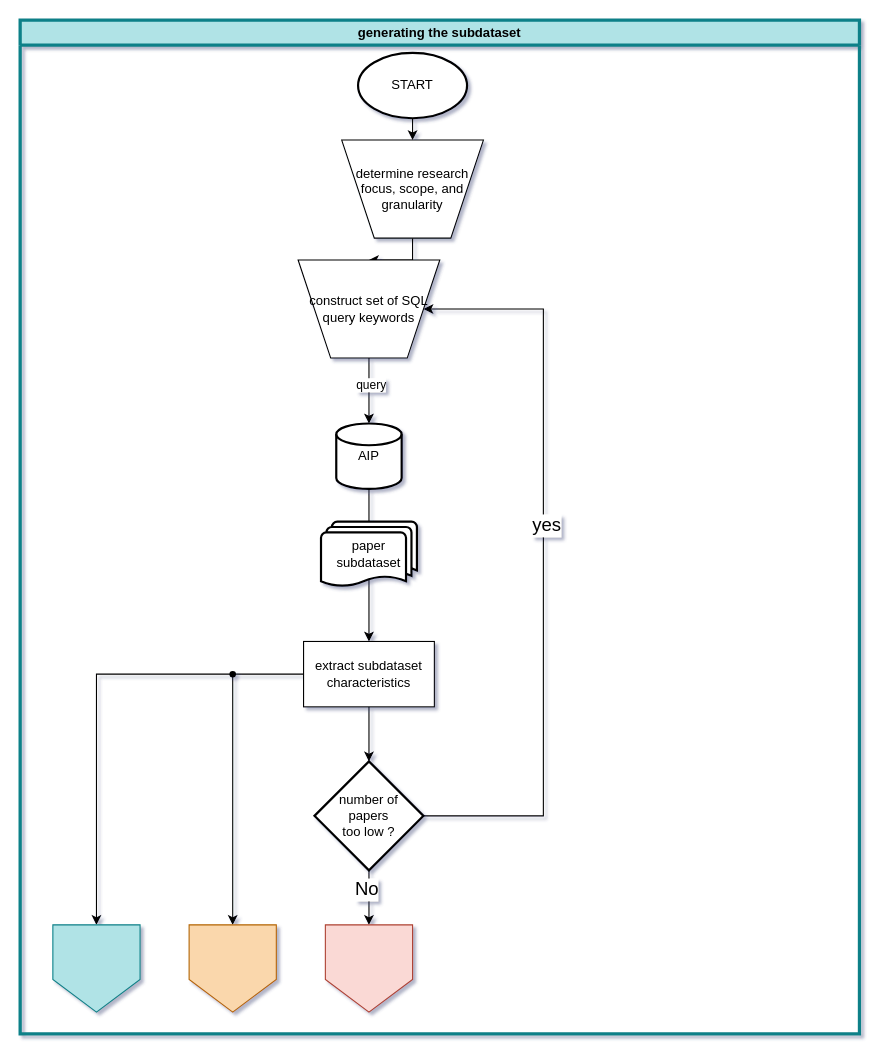
The draw.io diagram page "Seite-2" (2 of 7) of mainSrc/literaturesurveyflowchart.drawio in PaulPuettbach/literature_study, before the edit. Source tidied: cells renumbered, new cells numbered last; positions are measured from the earlier drawing's top-left corner, leaving out a move shared by most shapes. Both pictures are drawn from the tidied source at 109%, with x=0, y=0 at pixel (20, 20).
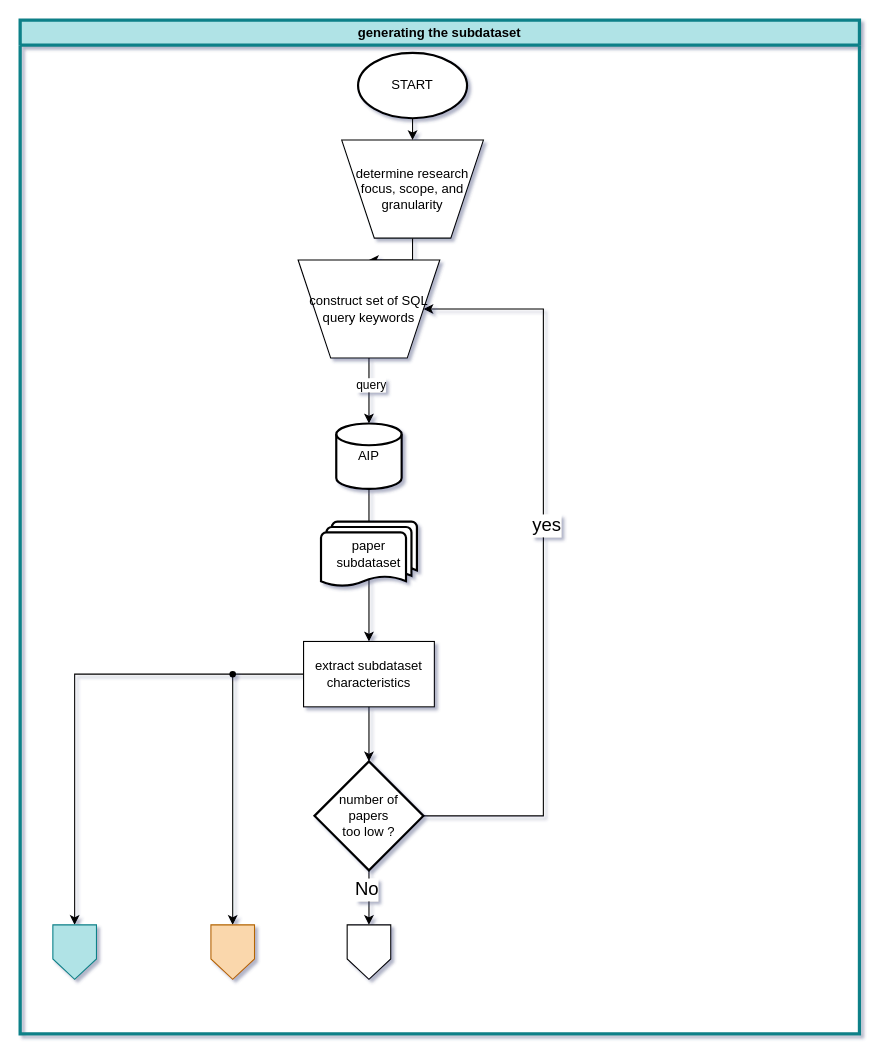
The same diagram, later.

Unchanged cells that the change refers to:
```xml
<mxCell id="22" value="generating the subdataset" style="swimlane;whiteSpace=wrap;html=1;fillColor=#b0e3e6;strokeColor=#0e8088;strokeWidth=3;" parent="1" vertex="1">
  <mxGeometry width="770" height="930" as="geometry" />
</mxCell>
```

Diff of the diagram source:
```diff
@@
-    <mxCell id="26" style="shape=offPageConnector;whiteSpace=wrap;html=1;fillColor=#fad9d5;strokeColor=#ae4132;" parent="22" vertex="1">
-      <mxGeometry x="280" y="830" width="80" height="80" as="geometry" />
+    <mxCell id="26" style="shape=offPageConnector;whiteSpace=wrap;html=1;" parent="22" vertex="1">
+      <mxGeometry x="300" y="830" width="40" height="50" as="geometry" />
     </mxCell>
     <mxCell id="27" style="shape=offPageConnector;whiteSpace=wrap;html=1;fillColor=#b0e3e6;strokeColor=#0e8088;" parent="22" vertex="1">
-      <mxGeometry x="30" y="830" width="80" height="80" as="geometry" />
+      <mxGeometry x="30" y="830" width="40" height="50" as="geometry" />
     </mxCell>
     <mxCell id="28" style="shape=offPageConnector;whiteSpace=wrap;html=1;fillColor=#fad7ac;strokeColor=#b46504;" parent="22" vertex="1">
-      <mxGeometry x="155" y="830" width="80" height="80" as="geometry" />
+      <mxGeometry x="175" y="830" width="40" height="50" as="geometry" />
     </mxCell>
```
